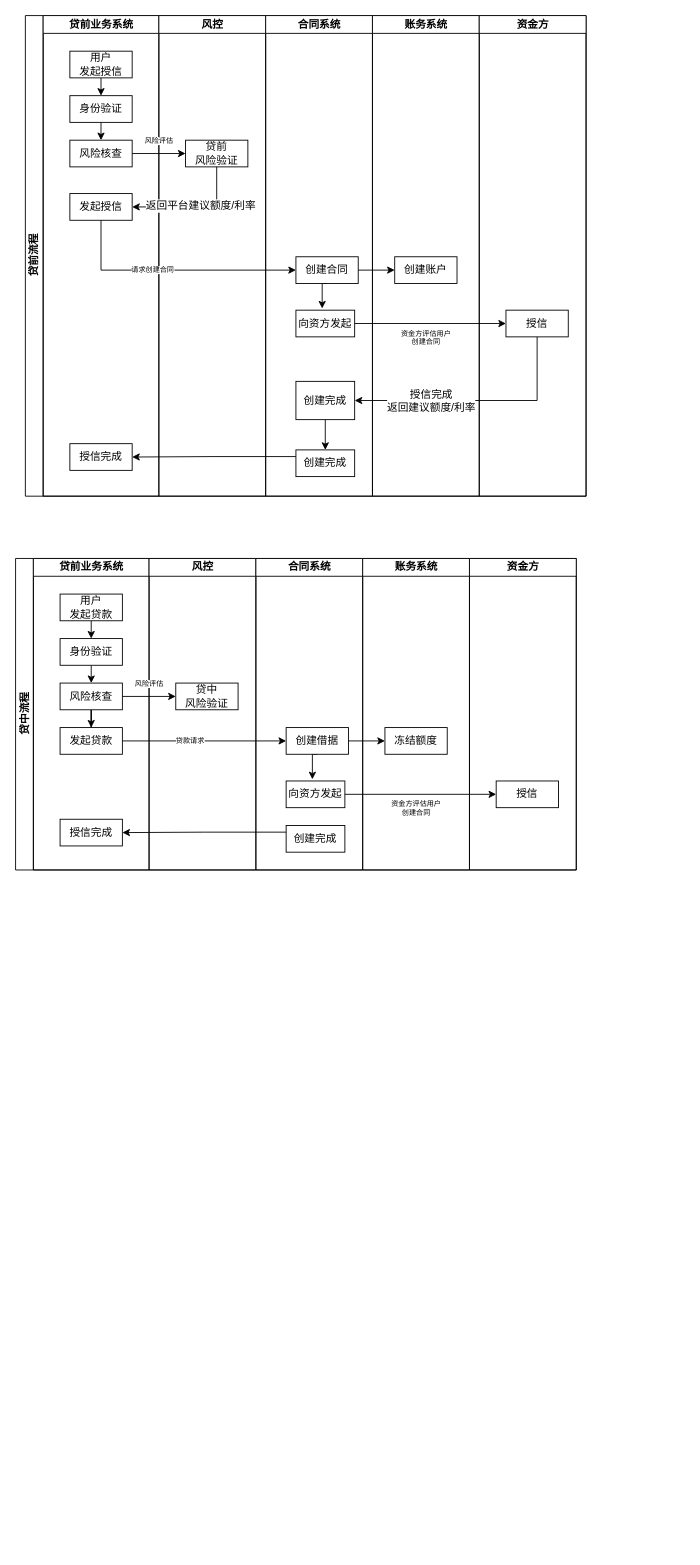
dahuzilaoyaoguai/pict keeps this draw.io diagram as 金融泳道图.drawio. Above is the earlier version. Source tidied: cells renumbered, new cells numbered last; positions are measured from the earlier drawing's top-left corner, leaving out a move shared by most shapes. Both pictures are drawn from the tidied source at 89%, with x=0, y=0 at pixel (15, 15).
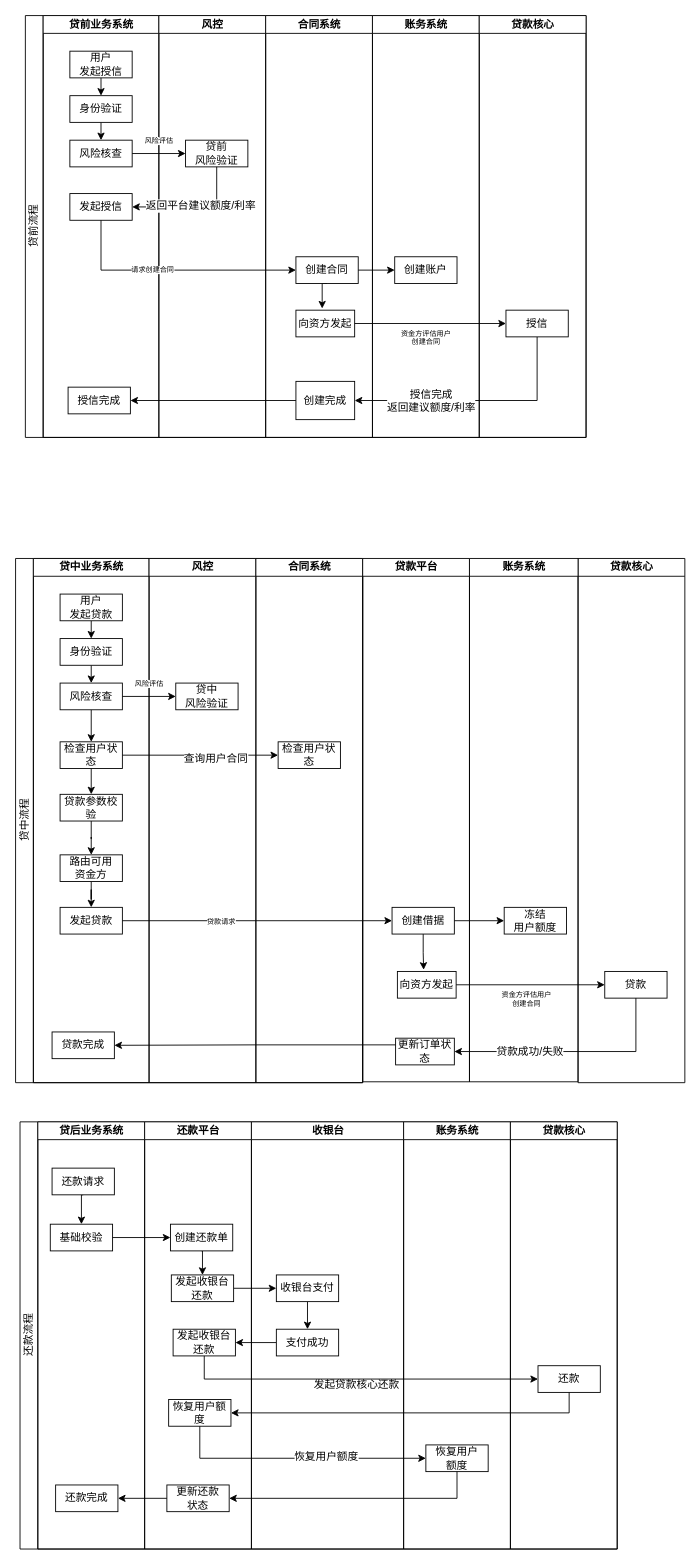
Above is the later version.

Commit message:
更新金融泳道图.drawio

Unchanged cells that the change refers to:
```xml
<mxCell id="19" value="创建完成" style="rounded=0;whiteSpace=wrap;html=1;" parent="13" vertex="1">
  <mxGeometry x="34" y="411" width="66" height="43" as="geometry" />
</mxCell>
<mxCell id="40" value="风险核查" style="rounded=0;whiteSpace=wrap;html=1;" parent="37" vertex="1">
  <mxGeometry x="30" y="140" width="70" height="30" as="geometry" />
</mxCell>
<mxCell id="47" value="贷中&lt;br&gt;风险验证" style="rounded=0;whiteSpace=wrap;html=1;" parent="46" vertex="1">
  <mxGeometry x="30" y="140" width="70" height="30" as="geometry" />
</mxCell>
```

Diff of the diagram source:
```diff
@@
-    <mxCell id="2" value="贷前流程" style="swimlane;html=1;startSize=20;horizontal=0;" parent="1" vertex="1">
-      <mxGeometry x="11" width="630" height="540" as="geometry" />
+    <mxCell id="2" value="贷前流程" style="swimlane;html=1;startSize=20;horizontal=0;fontStyle=0;" parent="1" vertex="1">
+      <mxGeometry x="11" width="630" height="474" as="geometry" />
     </mxCell>
     <mxCell id="3" value="贷前业务系统" style="swimlane;html=1;startSize=20;" parent="2" vertex="1">
-      <mxGeometry x="20" width="130" height="540" as="geometry" />
+      <mxGeometry x="20" width="130" height="474" as="geometry" />
     </mxCell>
@@
+    <mxCell id="10" value="发起授信" style="rounded=0;whiteSpace=wrap;html=1;" parent="3" vertex="1">
+      <mxGeometry x="30" y="200" width="70" height="30" as="geometry" />
+    </mxCell>
     <mxCell id="9" value="授信完成" style="rounded=0;whiteSpace=wrap;html=1;" parent="3" vertex="1">
-      <mxGeometry x="30" y="481" width="70" height="30" as="geometry" />
+      <mxGeometry x="28" y="417.5" width="70" height="30" as="geometry" />
     </mxCell>
-    <mxCell id="10" value="发起授信" style="rounded=0;whiteSpace=wrap;html=1;" parent="3" vertex="1">
-      <mxGeometry x="30" y="200" width="70" height="30" as="geometry" />
-    </mxCell>
     <mxCell id="11" value="风控" style="swimlane;html=1;startSize=20;" parent="2" vertex="1">
-      <mxGeometry x="150" width="120" height="540" as="geometry" />
+      <mxGeometry x="150" width="120" height="474" as="geometry" />
     </mxCell>
@@
     <mxCell id="13" value="合同系统" style="swimlane;html=1;startSize=20;" parent="2" vertex="1">
-      <mxGeometry x="270" width="120" height="540" as="geometry" />
+      <mxGeometry x="270" width="120" height="474" as="geometry" />
     </mxCell>
-    <mxCell id="14" value="创建完成" style="rounded=0;whiteSpace=wrap;html=1;" parent="13" vertex="1">
-      <mxGeometry x="34" y="488" width="66" height="30" as="geometry" />
-    </mxCell>
@@
-    <mxCell id="18" style="edgeStyle=orthogonalEdgeStyle;rounded=0;jettySize=auto;html=1;exitX=0.5;exitY=1;exitDx=0;exitDy=0;entryX=0.5;entryY=0;entryDx=0;entryDy=0;" parent="13" edge="1" source="19" target="14">
-      <mxGeometry relative="1" as="geometry" />
-    </mxCell>
@@
-    <mxCell id="20" style="edgeStyle=orthogonalEdgeStyle;rounded=0;jettySize=auto;html=1;exitX=0;exitY=0.25;exitDx=0;exitDy=0;entryX=1;entryY=0.5;entryDx=0;entryDy=0;fontSize=8;" parent="2" edge="1" source="14" target="9">
+    <mxCell id="20" style="edgeStyle=orthogonalEdgeStyle;rounded=0;jettySize=auto;html=1;exitX=0;exitY=0.5;exitDx=0;exitDy=0;entryX=1;entryY=0.5;entryDx=0;entryDy=0;fontSize=8;" parent="2" edge="1" source="19" target="9">
       <mxGeometry relative="1" as="geometry" />
     </mxCell>
@@
     <mxCell id="28" value="账务系统" style="swimlane;html=1;startSize=20;" parent="2" vertex="1">
-      <mxGeometry x="390" width="120" height="540" as="geometry" />
+      <mxGeometry x="390" width="120" height="474" as="geometry" />
     </mxCell>
@@
-    <mxCell id="30" value="资金方" style="swimlane;html=1;startSize=20;" parent="2" vertex="1">
-      <mxGeometry x="510" width="120" height="540" as="geometry" />
+    <mxCell id="30" value="贷款核心" style="swimlane;html=1;startSize=20;" parent="2" vertex="1">
+      <mxGeometry x="510" width="120" height="474" as="geometry" />
     </mxCell>
@@
-    <mxCell id="36" value="贷中流程" style="swimlane;html=1;startSize=20;horizontal=0;" parent="1" vertex="1">
-      <mxGeometry y="610" width="630" height="350" as="geometry" />
+    <mxCell id="36" value="贷中流程" style="swimlane;html=1;startSize=20;horizontal=0;fontStyle=0;" parent="1" vertex="1">
+      <mxGeometry y="610" width="390" height="589" as="geometry" />
     </mxCell>
-    <mxCell id="37" value="贷前业务系统" style="swimlane;html=1;startSize=20;" parent="36" vertex="1">
-      <mxGeometry x="20" width="130" height="350" as="geometry" />
+    <mxCell id="37" value="贷中业务系统" style="swimlane;html=1;startSize=20;" parent="36" vertex="1">
+      <mxGeometry x="20" width="130" height="589" as="geometry" />
     </mxCell>
+    <mxCell id="65" style="edgeStyle=orthogonalEdgeStyle;rounded=0;jettySize=auto;html=1;exitX=0.5;exitY=1;exitDx=0;exitDy=0;" parent="37" edge="1" source="66" target="71">
+      <mxGeometry relative="1" as="geometry" />
+    </mxCell>
-    <mxCell id="38" value="授信完成" style="rounded=0;whiteSpace=wrap;html=1;" parent="37" vertex="1">
-      <mxGeometry x="30" y="293" width="70" height="30" as="geometry" />
+    <mxCell id="38" value="贷款完成" style="rounded=0;whiteSpace=wrap;html=1;" parent="37" vertex="1">
+      <mxGeometry x="21" y="532" width="70" height="30" as="geometry" />
     </mxCell>
-    <mxCell id="39" style="edgeStyle=orthogonalEdgeStyle;rounded=0;jettySize=auto;html=1;exitX=0.5;exitY=1;exitDx=0;exitDy=0;fontSize=8;" parent="37" edge="1" source="40" target="45">
-      <mxGeometry relative="1" as="geometry" />
-    </mxCell>
+    <mxCell id="66" value="贷款参数校验" style="rounded=0;whiteSpace=wrap;html=1;" parent="37" vertex="1">
+      <mxGeometry x="30" y="265" width="70" height="30" as="geometry" />
+    </mxCell>
+    <mxCell id="67" style="edgeStyle=orthogonalEdgeStyle;rounded=0;jettySize=auto;html=1;exitX=0.5;exitY=1;exitDx=0;exitDy=0;entryX=0.5;entryY=0;entryDx=0;entryDy=0;" parent="37" edge="1" source="40" target="69">
+      <mxGeometry relative="1" as="geometry" />
+    </mxCell>
@@
+    <mxCell id="68" style="edgeStyle=orthogonalEdgeStyle;rounded=0;jettySize=auto;html=1;exitX=0.5;exitY=1;exitDx=0;exitDy=0;entryX=0.5;entryY=0;entryDx=0;entryDy=0;" parent="37" edge="1" source="69" target="66">
+      <mxGeometry relative="1" as="geometry" />
+    </mxCell>
+    <mxCell id="69" value="检查用户状态" style="rounded=0;whiteSpace=wrap;html=1;" parent="37" vertex="1">
+      <mxGeometry x="30" y="206" width="70" height="30" as="geometry" />
+    </mxCell>
+    <mxCell id="70" style="edgeStyle=orthogonalEdgeStyle;rounded=0;jettySize=auto;html=1;exitX=0.5;exitY=1;exitDx=0;exitDy=0;" parent="37" edge="1" source="71" target="45">
+      <mxGeometry relative="1" as="geometry" />
+    </mxCell>
+    <mxCell id="71" value="路由可用&lt;br&gt;资金方" style="rounded=0;whiteSpace=wrap;html=1;" parent="37" vertex="1">
+      <mxGeometry x="30" y="333" width="70" height="30" as="geometry" />
+    </mxCell>
     <mxCell id="45" value="发起贷款" style="rounded=0;whiteSpace=wrap;html=1;" parent="37" vertex="1">
-      <mxGeometry x="30" y="190" width="70" height="30" as="geometry" />
+      <mxGeometry x="30" y="392" width="70" height="30" as="geometry" />
     </mxCell>
     <mxCell id="46" value="风控" style="swimlane;html=1;startSize=20;" parent="36" vertex="1">
-      <mxGeometry x="150" width="120" height="350" as="geometry" />
+      <mxGeometry x="150" width="120" height="589" as="geometry" />
     </mxCell>
@@
     <mxCell id="48" value="合同系统" style="swimlane;html=1;startSize=20;" parent="36" vertex="1">
-      <mxGeometry x="270" width="120" height="350" as="geometry" />
+      <mxGeometry x="270" width="120" height="589" as="geometry" />
     </mxCell>
+    <mxCell id="72" value="检查用户状态" style="rounded=0;whiteSpace=wrap;html=1;" parent="48" vertex="1">
+      <mxGeometry x="25" y="206" width="70" height="30" as="geometry" />
+    </mxCell>
+    <mxCell id="57" style="edgeStyle=orthogonalEdgeStyle;rounded=0;jettySize=auto;html=1;exitX=1;exitY=0.5;exitDx=0;exitDy=0;entryX=0;entryY=0.5;entryDx=0;entryDy=0;" parent="36" edge="1" source="40" target="47">
+      <mxGeometry relative="1" as="geometry" />
+    </mxCell>
+    <mxCell id="58" value="风险评估" style="text;html=1;align=center;verticalAlign=middle;labelBackgroundColor=#ffffff;fontSize=8;" parent="57" vertex="1">
+      <mxGeometry x="-0.26" relative="1" as="geometry">
+        <mxPoint x="7.7" y="-15" as="offset" />
+      </mxGeometry>
+    </mxCell>
+    <mxCell id="73" style="edgeStyle=orthogonalEdgeStyle;rounded=0;jettySize=auto;html=1;exitX=1;exitY=0.5;exitDx=0;exitDy=0;" parent="36" edge="1" source="69" target="72">
+      <mxGeometry relative="1" as="geometry" />
+    </mxCell>
+    <mxCell id="74" value="查询用户合同" style="text;html=1;align=center;verticalAlign=middle;labelBackgroundColor=#ffffff;" parent="73" vertex="1">
+      <mxGeometry x="0.19" y="-3" relative="1" as="geometry" />
+    </mxCell>
+    <mxCell id="75" value="贷款平台" style="swimlane;html=1;startSize=20;" parent="1" vertex="1">
+      <mxGeometry x="390" y="610" width="120" height="588" as="geometry" />
+    </mxCell>
-    <mxCell id="49" value="创建完成" style="rounded=0;whiteSpace=wrap;html=1;" parent="48" vertex="1">
-      <mxGeometry x="34" y="300" width="66" height="30" as="geometry" />
+    <mxCell id="49" value="更新订单状态" style="rounded=0;whiteSpace=wrap;html=1;" parent="75" vertex="1">
+      <mxGeometry x="37" y="539" width="66" height="30" as="geometry" />
     </mxCell>
-    <mxCell id="50" value="向资方发起" style="rounded=0;whiteSpace=wrap;html=1;" parent="48" vertex="1">
-      <mxGeometry x="34" y="250" width="66" height="30" as="geometry" />
+    <mxCell id="50" value="向资方发起" style="rounded=0;whiteSpace=wrap;html=1;" parent="75" vertex="1">
+      <mxGeometry x="39" y="464" width="66" height="30" as="geometry" />
     </mxCell>
-    <mxCell id="51" style="edgeStyle=orthogonalEdgeStyle;rounded=0;jettySize=auto;html=1;exitX=0.5;exitY=1;exitDx=0;exitDy=0;entryX=0.447;entryY=-0.062;entryDx=0;entryDy=0;entryPerimeter=0;fontSize=8;" parent="48" edge="1" source="52" target="50">
+    <mxCell id="51" style="edgeStyle=orthogonalEdgeStyle;rounded=0;jettySize=auto;html=1;exitX=0.5;exitY=1;exitDx=0;exitDy=0;entryX=0.447;entryY=-0.062;entryDx=0;entryDy=0;entryPerimeter=0;fontSize=8;" parent="75" edge="1" source="52" target="50">
       <mxGeometry relative="1" as="geometry" />
     </mxCell>
-    <mxCell id="52" value="创建借据" style="rounded=0;whiteSpace=wrap;html=1;" parent="48" vertex="1">
-      <mxGeometry x="34" y="190" width="70" height="30" as="geometry" />
+    <mxCell id="52" value="创建借据" style="rounded=0;whiteSpace=wrap;html=1;" parent="75" vertex="1">
+      <mxGeometry x="33" y="392" width="70" height="30" as="geometry" />
     </mxCell>
-    <mxCell id="53" value="账务系统" style="swimlane;html=1;startSize=20;" parent="36" vertex="1">
-      <mxGeometry x="390" width="120" height="350" as="geometry" />
-    </mxCell>
-    <mxCell id="54" value="冻结额度" style="rounded=0;whiteSpace=wrap;html=1;" parent="53" vertex="1">
-      <mxGeometry x="25" y="190" width="70" height="30" as="geometry" />
-    </mxCell>
-    <mxCell id="55" value="资金方" style="swimlane;html=1;startSize=20;" parent="36" vertex="1">
-      <mxGeometry x="510" width="120" height="350" as="geometry" />
+    <mxCell id="55" value="贷款核心" style="swimlane;html=1;startSize=20;" parent="1" vertex="1">
+      <mxGeometry x="632" y="610" width="120" height="589" as="geometry" />
     </mxCell>
-    <mxCell id="56" value="授信" style="rounded=0;whiteSpace=wrap;html=1;" parent="55" vertex="1">
-      <mxGeometry x="30" y="250" width="70" height="30" as="geometry" />
+    <mxCell id="56" value="贷款" style="rounded=0;whiteSpace=wrap;html=1;" parent="55" vertex="1">
+      <mxGeometry x="30" y="464" width="70" height="30" as="geometry" />
     </mxCell>
-    <mxCell id="57" style="edgeStyle=orthogonalEdgeStyle;rounded=0;jettySize=auto;html=1;exitX=1;exitY=0.5;exitDx=0;exitDy=0;entryX=0;entryY=0.5;entryDx=0;entryDy=0;" parent="36" edge="1" source="40" target="47">
-      <mxGeometry relative="1" as="geometry" />
-    </mxCell>
-    <mxCell id="58" value="风险评估" style="text;html=1;align=center;verticalAlign=middle;labelBackgroundColor=#ffffff;fontSize=8;" parent="57" vertex="1">
-      <mxGeometry x="-0.26" relative="1" as="geometry">
-        <mxPoint x="7.7" y="-15" as="offset" />
-      </mxGeometry>
-    </mxCell>
+    <mxCell id="62" style="edgeStyle=orthogonalEdgeStyle;rounded=0;jettySize=auto;html=1;exitX=1;exitY=0.5;exitDx=0;exitDy=0;entryX=0;entryY=0.5;entryDx=0;entryDy=0;fontSize=8;" parent="1" edge="1" source="50" target="56">
+      <mxGeometry relative="1" as="geometry" />
+    </mxCell>
+    <mxCell id="63" value="资金方评估用户&lt;br&gt;创建合同" style="text;html=1;align=center;verticalAlign=middle;labelBackgroundColor=#ffffff;fontSize=8;" parent="62" vertex="1">
+      <mxGeometry x="-0.14" y="-2" relative="1" as="geometry">
+        <mxPoint x="6.2" y="13" as="offset" />
+      </mxGeometry>
+    </mxCell>
+    <mxCell id="76" value="账务系统" style="swimlane;html=1;startSize=20;" parent="1" vertex="1">
+      <mxGeometry x="510" y="610" width="122" height="588" as="geometry" />
+    </mxCell>
+    <mxCell id="77" style="edgeStyle=orthogonalEdgeStyle;rounded=0;orthogonalLoop=1;jettySize=auto;html=1;exitX=0.5;exitY=1;exitDx=0;exitDy=0;entryX=0.447;entryY=-0.062;entryDx=0;entryDy=0;entryPerimeter=0;fontSize=8;" parent="76" edge="1">
+      <mxGeometry relative="1" as="geometry">
+        <mxPoint x="69" y="434" as="sourcePoint" />
+      </mxGeometry>
+    </mxCell>
+    <mxCell id="54" value="冻结&lt;br&gt;用户额度" style="rounded=0;whiteSpace=wrap;html=1;" parent="76" vertex="1">
+      <mxGeometry x="39" y="392" width="70" height="30" as="geometry" />
+    </mxCell>
+    <mxCell id="61" style="edgeStyle=orthogonalEdgeStyle;rounded=0;jettySize=auto;html=1;exitX=1;exitY=0.5;exitDx=0;exitDy=0;entryX=0;entryY=0.5;entryDx=0;entryDy=0;fontSize=8;" parent="1" edge="1" source="52" target="54">
+      <mxGeometry relative="1" as="geometry" />
+    </mxCell>
+    <mxCell id="64" style="edgeStyle=orthogonalEdgeStyle;rounded=0;jettySize=auto;html=1;exitX=0;exitY=0.25;exitDx=0;exitDy=0;entryX=1;entryY=0.5;entryDx=0;entryDy=0;fontSize=8;" parent="1" edge="1" source="49" target="38">
+      <mxGeometry relative="1" as="geometry" />
+    </mxCell>
-    <mxCell id="59" style="edgeStyle=orthogonalEdgeStyle;rounded=0;jettySize=auto;html=1;exitX=1;exitY=0.5;exitDx=0;exitDy=0;entryX=0;entryY=0.5;entryDx=0;entryDy=0;fontSize=8;" parent="36" edge="1" source="45" target="52">
+    <mxCell id="59" style="edgeStyle=orthogonalEdgeStyle;rounded=0;jettySize=auto;html=1;exitX=1;exitY=0.5;exitDx=0;exitDy=0;entryX=0;entryY=0.5;entryDx=0;entryDy=0;fontSize=8;" parent="1" edge="1" source="45" target="52">
       <mxGeometry relative="1" as="geometry" />
     </mxCell>
     <mxCell id="60" value="贷款请求" style="text;html=1;align=center;verticalAlign=middle;labelBackgroundColor=#ffffff;fontSize=8;" parent="59" vertex="1">
-      <mxGeometry x="-0.18" y="1" relative="1" as="geometry" />
+      <mxGeometry x="-0.18" y="1" relative="1" as="geometry">
+        <mxPoint x="-14" y="1" as="offset" />
+      </mxGeometry>
     </mxCell>
-    <mxCell id="61" style="edgeStyle=orthogonalEdgeStyle;rounded=0;jettySize=auto;html=1;exitX=1;exitY=0.5;exitDx=0;exitDy=0;entryX=0;entryY=0.5;entryDx=0;entryDy=0;fontSize=8;" parent="36" edge="1" source="52" target="54">
-      <mxGeometry relative="1" as="geometry" />
-    </mxCell>
-    <mxCell id="62" style="edgeStyle=orthogonalEdgeStyle;rounded=0;jettySize=auto;html=1;exitX=1;exitY=0.5;exitDx=0;exitDy=0;entryX=0;entryY=0.5;entryDx=0;entryDy=0;fontSize=8;" parent="36" edge="1" source="50" target="56">
-      <mxGeometry relative="1" as="geometry" />
-    </mxCell>
-    <mxCell id="63" value="资金方评估用户&lt;br&gt;创建合同" style="text;html=1;align=center;verticalAlign=middle;labelBackgroundColor=#ffffff;fontSize=8;" parent="62" vertex="1">
-      <mxGeometry x="-0.14" y="-2" relative="1" as="geometry">
-        <mxPoint x="6.2" y="13" as="offset" />
-      </mxGeometry>
-    </mxCell>
-    <mxCell id="64" style="edgeStyle=orthogonalEdgeStyle;rounded=0;jettySize=auto;html=1;exitX=0;exitY=0.25;exitDx=0;exitDy=0;entryX=1;entryY=0.5;entryDx=0;entryDy=0;fontSize=8;" parent="36" edge="1" source="49" target="38">
-      <mxGeometry relative="1" as="geometry" />
-    </mxCell>
+    <mxCell id="78" style="edgeStyle=orthogonalEdgeStyle;rounded=0;jettySize=auto;html=1;exitX=0.5;exitY=1;exitDx=0;exitDy=0;entryX=1;entryY=0.5;entryDx=0;entryDy=0;" parent="1" edge="1" source="56" target="49">
+      <mxGeometry relative="1" as="geometry" />
+    </mxCell>
+    <mxCell id="79" value="贷款成功/失败" style="text;html=1;align=center;verticalAlign=middle;labelBackgroundColor=#ffffff;" parent="78" vertex="1">
+      <mxGeometry x="0.36" y="-1" relative="1" as="geometry" />
+    </mxCell>
+    <mxCell id="80" value="还款流程" style="swimlane;html=1;startSize=20;horizontal=0;fontStyle=0;" parent="1" vertex="1">
+      <mxGeometry x="5" y="1243" width="671" height="480" as="geometry" />
+    </mxCell>
+    <mxCell id="81" value="贷后业务系统" style="swimlane;html=1;startSize=20;" parent="80" vertex="1">
+      <mxGeometry x="20" width="120" height="480" as="geometry" />
+    </mxCell>
+    <mxCell id="82" style="edgeStyle=orthogonalEdgeStyle;rounded=0;jettySize=auto;html=1;exitX=0.5;exitY=1;exitDx=0;exitDy=0;entryX=0.5;entryY=0;entryDx=0;entryDy=0;" parent="81" edge="1" source="84" target="85">
+      <mxGeometry relative="1" as="geometry" />
+    </mxCell>
+    <mxCell id="83" value="还款完成" style="rounded=0;whiteSpace=wrap;html=1;" parent="81" vertex="1">
+      <mxGeometry x="20" y="408" width="70" height="30" as="geometry" />
+    </mxCell>
+    <mxCell id="84" value="还款请求" style="rounded=0;whiteSpace=wrap;html=1;" parent="81" vertex="1">
+      <mxGeometry x="16" y="52" width="70" height="30" as="geometry" />
+    </mxCell>
+    <mxCell id="85" value="基础校验" style="rounded=0;whiteSpace=wrap;html=1;" parent="81" vertex="1">
+      <mxGeometry x="14" y="115" width="70" height="30" as="geometry" />
+    </mxCell>
+    <mxCell id="86" style="edgeStyle=orthogonalEdgeStyle;rounded=0;jettySize=auto;html=1;" parent="80" edge="1" source="92" target="97">
+      <mxGeometry relative="1" as="geometry" />
+    </mxCell>
+    <mxCell id="87" style="edgeStyle=orthogonalEdgeStyle;rounded=0;jettySize=auto;html=1;exitX=0;exitY=0.5;exitDx=0;exitDy=0;entryX=1;entryY=0.5;entryDx=0;entryDy=0;" parent="80" edge="1" source="98" target="93">
+      <mxGeometry relative="1" as="geometry" />
+    </mxCell>
+    <mxCell id="88" value="还款平台" style="swimlane;html=1;startSize=20;" parent="80" vertex="1">
+      <mxGeometry x="140" width="120" height="480" as="geometry" />
+    </mxCell>
+    <mxCell id="89" style="edgeStyle=orthogonalEdgeStyle;rounded=0;jettySize=auto;html=1;exitX=0.5;exitY=1;exitDx=0;exitDy=0;entryX=0.5;entryY=0;entryDx=0;entryDy=0;" parent="88" edge="1" source="91" target="92">
+      <mxGeometry relative="1" as="geometry" />
+    </mxCell>
+    <mxCell id="90" value="更新还款&lt;br&gt;状态" style="rounded=0;whiteSpace=wrap;html=1;" parent="88" vertex="1">
+      <mxGeometry x="25" y="408" width="70" height="30" as="geometry" />
+    </mxCell>
+    <mxCell id="91" value="创建还款单" style="rounded=0;whiteSpace=wrap;html=1;" parent="88" vertex="1">
+      <mxGeometry x="29" y="115" width="70" height="30" as="geometry" />
+    </mxCell>
+    <mxCell id="92" value="发起收银台还款" style="rounded=0;whiteSpace=wrap;html=1;" parent="88" vertex="1">
+      <mxGeometry x="30" y="172" width="70" height="30" as="geometry" />
+    </mxCell>
+    <mxCell id="93" value="发起收银台还款" style="rounded=0;whiteSpace=wrap;html=1;" parent="88" vertex="1">
+      <mxGeometry x="32" y="233" width="70" height="30" as="geometry" />
+    </mxCell>
+    <mxCell id="94" value="恢复用户额度" style="rounded=0;whiteSpace=wrap;html=1;" parent="88" vertex="1">
+      <mxGeometry x="27" y="312" width="70" height="30" as="geometry" />
+    </mxCell>
+    <mxCell id="95" value="收银台" style="swimlane;html=1;startSize=20;" parent="80" vertex="1">
+      <mxGeometry x="260" width="171" height="480" as="geometry" />
+    </mxCell>
+    <mxCell id="96" style="edgeStyle=orthogonalEdgeStyle;rounded=0;jettySize=auto;html=1;exitX=0.5;exitY=1;exitDx=0;exitDy=0;entryX=0.5;entryY=0;entryDx=0;entryDy=0;" parent="95" edge="1" source="97" target="98">
+      <mxGeometry relative="1" as="geometry" />
+    </mxCell>
+    <mxCell id="97" value="收银台支付" style="rounded=0;whiteSpace=wrap;html=1;" parent="95" vertex="1">
+      <mxGeometry x="28" y="172" width="70" height="30" as="geometry" />
+    </mxCell>
+    <mxCell id="98" value="支付成功" style="rounded=0;whiteSpace=wrap;html=1;" parent="95" vertex="1">
+      <mxGeometry x="28" y="233" width="70" height="30" as="geometry" />
+    </mxCell>
+    <mxCell id="99" value="发起贷款核心还款" style="text;html=1;align=center;verticalAlign=middle;" parent="95" vertex="1">
+      <mxGeometry x="65" y="286" width="106" height="18" as="geometry" />
+    </mxCell>
+    <mxCell id="100" value="账务系统" style="swimlane;html=1;startSize=20;" parent="80" vertex="1">
+      <mxGeometry x="431" width="120" height="480" as="geometry" />
+    </mxCell>
+    <mxCell id="101" value="恢复用户&lt;br&gt;额度" style="rounded=0;whiteSpace=wrap;html=1;" parent="100" vertex="1">
+      <mxGeometry x="25" y="363" width="70" height="30" as="geometry" />
+    </mxCell>
+    <mxCell id="102" value="贷款核心" style="swimlane;html=1;startSize=20;" parent="80" vertex="1">
+      <mxGeometry x="551" width="120" height="480" as="geometry" />
+    </mxCell>
+    <mxCell id="103" value="还款" style="rounded=0;whiteSpace=wrap;html=1;" parent="102" vertex="1">
+      <mxGeometry x="31" y="274" width="70" height="30" as="geometry" />
+    </mxCell>
+    <mxCell id="104" style="edgeStyle=orthogonalEdgeStyle;rounded=0;jettySize=auto;html=1;exitX=1;exitY=0.5;exitDx=0;exitDy=0;" parent="80" edge="1" source="85" target="91">
+      <mxGeometry relative="1" as="geometry" />
+    </mxCell>
+    <mxCell id="105" style="edgeStyle=orthogonalEdgeStyle;rounded=0;jettySize=auto;html=1;exitX=0.5;exitY=1;exitDx=0;exitDy=0;entryX=0;entryY=0.5;entryDx=0;entryDy=0;" parent="80" edge="1" source="93" target="103">
+      <mxGeometry relative="1" as="geometry" />
+    </mxCell>
+    <mxCell id="106" style="edgeStyle=orthogonalEdgeStyle;rounded=0;jettySize=auto;html=1;exitX=0.5;exitY=1;exitDx=0;exitDy=0;entryX=1;entryY=0.5;entryDx=0;entryDy=0;" parent="80" edge="1" source="103" target="94">
+      <mxGeometry relative="1" as="geometry" />
+    </mxCell>
+    <mxCell id="107" style="edgeStyle=orthogonalEdgeStyle;rounded=0;jettySize=auto;html=1;exitX=0.5;exitY=1;exitDx=0;exitDy=0;entryX=0;entryY=0.5;entryDx=0;entryDy=0;" parent="80" edge="1" source="94" target="101">
+      <mxGeometry relative="1" as="geometry" />
+    </mxCell>
+    <mxCell id="108" value="恢复用户额度" style="text;html=1;align=center;verticalAlign=middle;labelBackgroundColor=#ffffff;" parent="107" vertex="1">
+      <mxGeometry x="0.22" y="2" relative="1" as="geometry" />
+    </mxCell>
+    <mxCell id="109" style="edgeStyle=orthogonalEdgeStyle;rounded=0;jettySize=auto;html=1;exitX=0.5;exitY=1;exitDx=0;exitDy=0;entryX=1;entryY=0.5;entryDx=0;entryDy=0;" parent="80" edge="1" source="101" target="90">
+      <mxGeometry relative="1" as="geometry" />
+    </mxCell>
+    <mxCell id="110" style="edgeStyle=orthogonalEdgeStyle;rounded=0;jettySize=auto;html=1;exitX=0;exitY=0.5;exitDx=0;exitDy=0;entryX=1;entryY=0.5;entryDx=0;entryDy=0;" parent="80" edge="1" source="90" target="83">
+      <mxGeometry relative="1" as="geometry" />
+    </mxCell>
```
